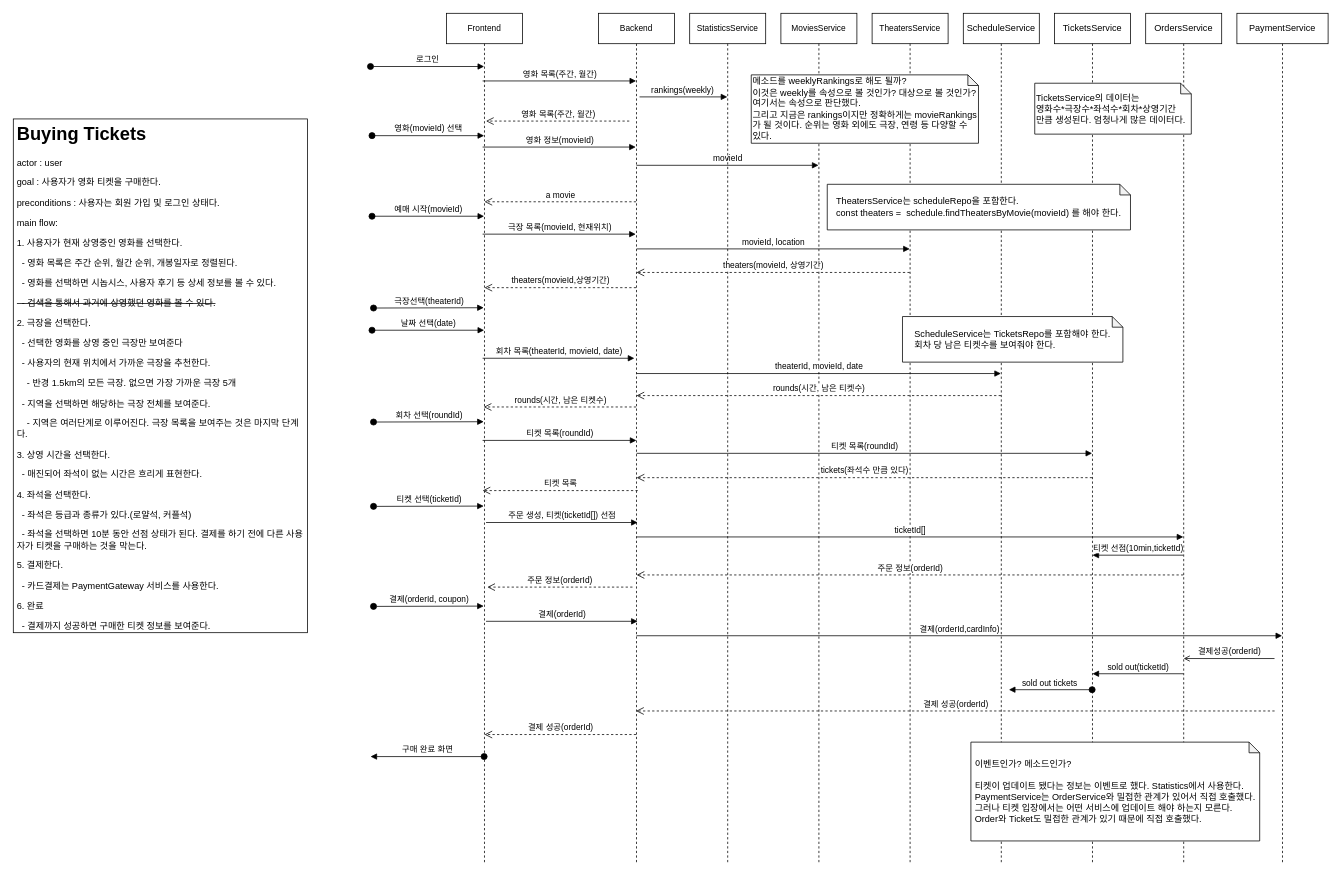
This is page "buying tickets" (2 of 4) of docs/requirements.drawio from hunjuly/nestjs, a draw.io file, before an edit. Source tidied: cells renumbered, new cells numbered last; positions are measured from the earlier drawing's top-left corner, leaving out a move shared by most shapes. Both pictures are drawn from the tidied source at 76%, with x=0, y=0 at pixel (13, 13).
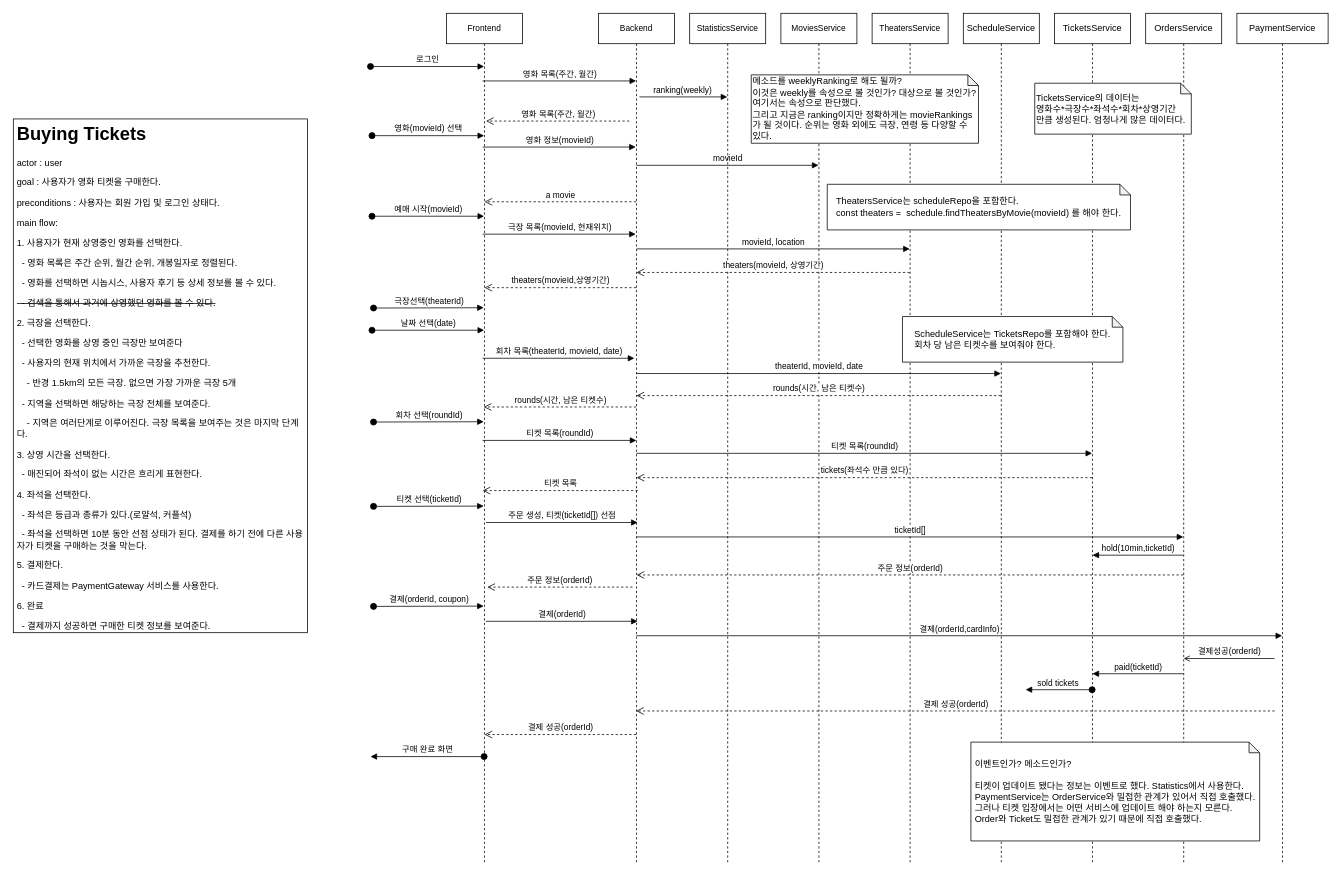
After the change.

The change refers to these unchanged cells:
```xml
<mxCell id="31" value="StatisticsService" style="shape=umlLifeline;perimeter=lifelinePerimeter;whiteSpace=wrap;html=1;outlineConnect=0;rounded=0;strokeColor=default;fontSize=11;fontColor=#000000;" parent="1" vertex="1">
  <mxGeometry x="890" width="100" height="1120" as="geometry" />
</mxCell>
<mxCell id="39" value="TicketsService" style="shape=umlLifeline;perimeter=lifelinePerimeter;whiteSpace=wrap;html=1;outlineConnect=0;" parent="1" vertex="1">
  <mxGeometry x="1370" width="100" height="1120" as="geometry" />
</mxCell>
<mxCell id="43" value="OrdersService" style="shape=umlLifeline;perimeter=lifelinePerimeter;whiteSpace=wrap;html=1;outlineConnect=0;" parent="1" vertex="1">
  <mxGeometry x="1490" width="100" height="1120" as="geometry" />
</mxCell>
```

What changed in the source:
```diff
@@
-    <mxCell id="30" value="rankings(weekly)&amp;nbsp;" style="html=1;verticalAlign=bottom;endArrow=block;rounded=0;" parent="1" edge="1" target="31">
+    <mxCell id="30" value="ranking(weekly)&amp;nbsp;" style="html=1;verticalAlign=bottom;endArrow=block;rounded=0;" parent="1" edge="1" target="31">
       <mxGeometry relative="1" as="geometry">
         <mxPoint x="824" y="110" as="sourcePoint" />
       </mxGeometry>
     </mxCell>
@@
-    <mxCell id="40" value="sold out tickets&amp;nbsp;" style="html=1;verticalAlign=bottom;startArrow=oval;startFill=1;endArrow=block;startSize=8;rounded=0;" parent="39" edge="1">
+    <mxCell id="40" value="sold tickets&amp;nbsp;" style="html=1;verticalAlign=bottom;startArrow=oval;startFill=1;endArrow=block;startSize=8;rounded=0;" parent="39" edge="1">
       <mxGeometry relative="1" as="geometry">
         <mxPoint x="49.5" y="890" as="sourcePoint" />
-        <mxPoint x="-60" y="890" as="targetPoint" />
+        <mxPoint x="-38" y="890" as="targetPoint" />
       </mxGeometry>
     </mxCell>
@@
-    <mxCell id="44" value="sold out(ticketId)" style="html=1;verticalAlign=bottom;endArrow=block;rounded=0;fontSize=11;fontColor=#000000;" parent="43" edge="1">
+    <mxCell id="44" value="paid(ticketId)" style="html=1;verticalAlign=bottom;endArrow=block;rounded=0;fontSize=11;fontColor=#000000;" parent="43" edge="1">
       <mxGeometry relative="1" as="geometry">
         <mxPoint x="49.5" y="869" as="sourcePoint" />
         <mxPoint x="-70" y="869" as="targetPoint" />
       </mxGeometry>
     </mxCell>
@@
-    <mxCell id="46" value="티켓 선점(10min,ticketId)" style="html=1;verticalAlign=bottom;endArrow=block;rounded=0;fontSize=11;fontColor=#000000;" parent="1" edge="1" source="43">
+    <mxCell id="46" value="hold(10min,ticketId)" style="html=1;verticalAlign=bottom;endArrow=block;rounded=0;fontSize=11;fontColor=#000000;" parent="1" edge="1" source="43">
       <mxGeometry relative="1" as="geometry">
         <mxPoint x="1420" y="713" as="targetPoint" />
       </mxGeometry>
     </mxCell>
@@
-    <mxCell id="53" value="메소드를 weeklyRankings로 해도 될까?&lt;br&gt;이것은 weekly를 속성으로 볼 것인가? 대상으로 볼 것인가?&lt;br&gt;여기서는 속성으로 판단했다. &lt;br&gt;그리고 지금은 rankings이지만 정확하게는 movieRankings가 될 것이다. 순위는 영화 외에도 극장, 연령 등 다양할 수 있다." style="shape=note;whiteSpace=wrap;html=1;backgroundOutline=1;darkOpacity=0.05;size=14;align=left;" parent="1" vertex="1">
+    <mxCell id="53" value="메소드를 weeklyRanking로 해도 될까?&lt;br&gt;이것은 weekly를 속성으로 볼 것인가? 대상으로 볼 것인가?&lt;br&gt;여기서는 속성으로 판단했다. &lt;br&gt;그리고 지금은 ranking이지만 정확하게는 movieRankings가 될 것이다. 순위는 영화 외에도 극장, 연령 등 다양할 수 있다." style="shape=note;whiteSpace=wrap;html=1;backgroundOutline=1;darkOpacity=0.05;size=14;align=left;" parent="1" vertex="1">
       <mxGeometry x="971" y="81" width="299" height="90" as="geometry" />
     </mxCell>
```
